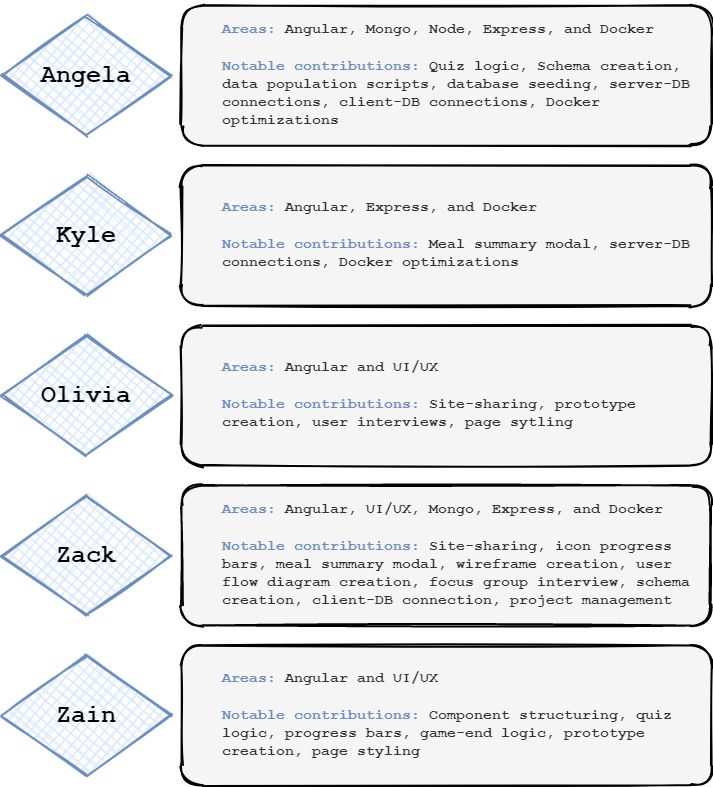
Before: SprintsAndProjectManagement/TeamRoles.png, a diagram exported from draw.io (kesteckb/COMSM-SEGP). Source tidied: cells renumbered, new cells last; positions are measured from the earlier drawing's top-left corner, leaving out a move shared by most shapes.
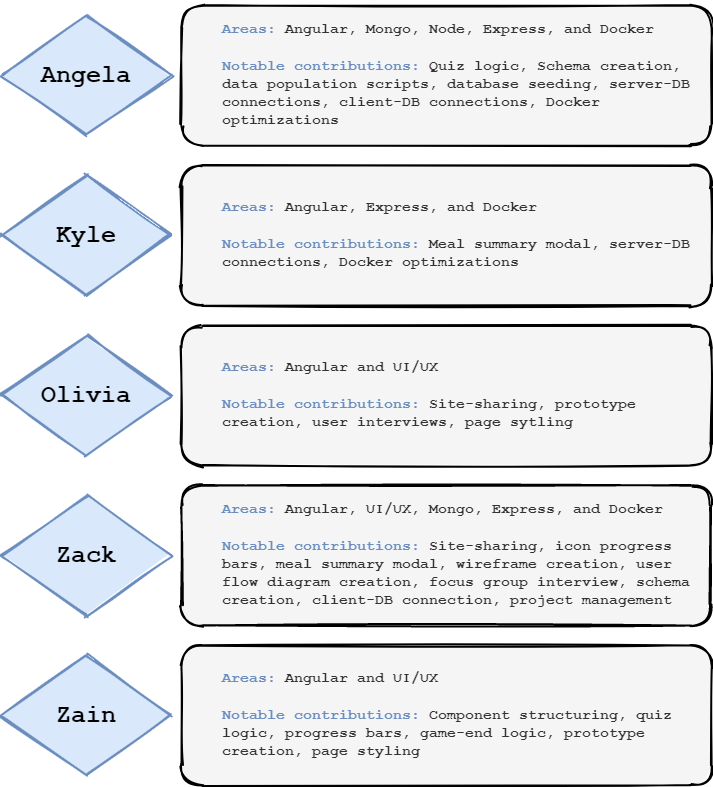
After the commit.

Change to the diagram source:
```diff
@@ -5,7 +5,7 @@
     <mxCell id="2" style="group;" parent="1" vertex="1">
       <mxGeometry width="710" height="140" as="geometry" />
     </mxCell>
-    <mxCell id="3" value="Angela" style="rhombus;whiteSpace=wrap;html=1;strokeWidth=2;fillWeight=-1;hachureGap=8;fillStyle=cross-hatch;fillColor=#dae8fc;sketch=1;strokeColor=#6c8ebf;fontFamily=Courier New;fontSize=25;fontStyle=1;" parent="2" vertex="1">
+    <mxCell id="3" value="Angela" style="rhombus;whiteSpace=wrap;html=1;strokeWidth=2;fillWeight=-1;hachureGap=8;fillStyle=solid;fillColor=#dae8fc;sketch=1;strokeColor=#6c8ebf;fontFamily=Courier New;fontSize=25;fontStyle=1;" parent="2" vertex="1">
       <mxGeometry y="10" width="170" height="120" as="geometry" />
     </mxCell>
     <mxCell id="4" value="&lt;blockquote style=&quot;margin: 0 0 0 40px ; border: none ; padding: 0px&quot;&gt;&lt;h4 style=&quot;text-align: left ; font-size: 15px&quot;&gt;&lt;span style=&quot;background-color: transparent&quot;&gt;&lt;b&gt;&lt;font color=&quot;#6c8ebf&quot;&gt;Areas:&lt;/font&gt;&lt;/b&gt; Angular, Mongo, Node, Express, and Docker&amp;nbsp;&lt;/span&gt;&lt;/h4&gt;&lt;/blockquote&gt;&lt;blockquote style=&quot;margin: 0 0 0 40px ; border: none ; padding: 0px&quot;&gt;&lt;h4 style=&quot;text-align: left ; font-size: 15px&quot;&gt;&lt;span style=&quot;background-color: transparent&quot;&gt;&lt;b&gt;&lt;font color=&quot;#6c8ebf&quot;&gt;Notable contributions:&lt;/font&gt;&lt;/b&gt; Quiz logic, S&lt;/span&gt;&lt;span id=&quot;docs-internal-guid-f27823e3-7fff-ded0-3d35-f19b5ccfe4a0&quot; style=&quot;background-color: transparent&quot;&gt;&lt;span style=&quot;background-color: transparent ; vertical-align: baseline&quot;&gt;chema creation, data population scripts, database seeding,&amp;nbsp;&lt;/span&gt;&lt;/span&gt;&lt;span id=&quot;docs-internal-guid-c085d38c-7fff-3500-46eb-7625acbe48f7&quot; style=&quot;background-color: transparent&quot;&gt;&lt;span style=&quot;background-color: transparent ; vertical-align: baseline&quot;&gt;server-DB connections, client-DB&amp;nbsp;&lt;/span&gt;&lt;/span&gt;&lt;span id=&quot;docs-internal-guid-3888b3c0-7fff-6b13-a031-0857b978a1e6&quot; style=&quot;background-color: transparent&quot;&gt;&lt;span style=&quot;background-color: transparent ; vertical-align: baseline&quot;&gt;connections, Docker optimizations&lt;/span&gt;&lt;/span&gt;&lt;/h4&gt;&lt;/blockquote&gt;" style="rounded=1;whiteSpace=wrap;html=1;strokeWidth=2;fillWeight=4;hachureGap=8;hachureAngle=45;sketch=1;fontFamily=Courier New;fontSize=25;fillStyle=solid;fillColor=#f5f5f5;fontColor=#333333;" parent="2" vertex="1">
@@ -14,7 +14,7 @@
     <mxCell id="5" style="group;" parent="1" vertex="1">
       <mxGeometry y="160" width="710" height="140" as="geometry" />
     </mxCell>
-    <mxCell id="6" value="Kyle" style="rhombus;whiteSpace=wrap;html=1;strokeWidth=2;fillWeight=-1;hachureGap=8;fillStyle=cross-hatch;fillColor=#dae8fc;sketch=1;strokeColor=#6c8ebf;fontFamily=Courier New;fontSize=25;fontStyle=1;" parent="5" vertex="1">
+    <mxCell id="6" value="Kyle" style="rhombus;whiteSpace=wrap;html=1;strokeWidth=2;fillWeight=-1;hachureGap=8;fillStyle=solid;fillColor=#dae8fc;sketch=1;strokeColor=#6c8ebf;fontFamily=Courier New;fontSize=25;fontStyle=1;" parent="5" vertex="1">
       <mxGeometry y="10" width="170" height="120" as="geometry" />
     </mxCell>
     <mxCell id="7" value="&lt;blockquote style=&quot;margin: 0 0 0 40px ; border: none ; padding: 0px&quot;&gt;&lt;h4 style=&quot;text-align: left ; font-size: 15px&quot;&gt;&lt;span style=&quot;background-color: transparent&quot;&gt;&lt;b&gt;&lt;font color=&quot;#6c8ebf&quot;&gt;Areas:&lt;/font&gt;&lt;/b&gt; Angular, Express, and Docker&amp;nbsp;&lt;/span&gt;&lt;/h4&gt;&lt;/blockquote&gt;&lt;blockquote style=&quot;margin: 0 0 0 40px ; border: none ; padding: 0px&quot;&gt;&lt;h4 style=&quot;text-align: left ; font-size: 15px&quot;&gt;&lt;span style=&quot;background-color: transparent&quot;&gt;&lt;b&gt;&lt;font color=&quot;#6c8ebf&quot;&gt;Notable contributions:&lt;/font&gt;&lt;/b&gt;&amp;nbsp;Meal summary modal, server-DB connections&lt;/span&gt;&lt;span id=&quot;docs-internal-guid-f27823e3-7fff-ded0-3d35-f19b5ccfe4a0&quot; style=&quot;background-color: transparent&quot;&gt;&lt;span style=&quot;background-color: transparent ; vertical-align: baseline&quot;&gt;,&lt;/span&gt;&lt;/span&gt;&lt;span id=&quot;docs-internal-guid-3888b3c0-7fff-6b13-a031-0857b978a1e6&quot; style=&quot;background-color: transparent&quot;&gt;&lt;span style=&quot;background-color: transparent ; vertical-align: baseline&quot;&gt;&amp;nbsp;Docker optimizations&lt;/span&gt;&lt;/span&gt;&lt;/h4&gt;&lt;/blockquote&gt;" style="rounded=1;whiteSpace=wrap;html=1;strokeWidth=2;fillWeight=4;hachureGap=8;hachureAngle=45;sketch=1;fontFamily=Courier New;fontSize=25;fillStyle=solid;fillColor=#f5f5f5;fontColor=#333333;" parent="5" vertex="1">
@@ -23,7 +23,7 @@
     <mxCell id="8" style="group;" parent="1" vertex="1">
       <mxGeometry y="320" width="710" height="140" as="geometry" />
     </mxCell>
-    <mxCell id="9" value="Olivia" style="rhombus;whiteSpace=wrap;html=1;strokeWidth=2;fillWeight=-1;hachureGap=8;fillStyle=cross-hatch;fillColor=#dae8fc;sketch=1;strokeColor=#6c8ebf;fontFamily=Courier New;fontSize=25;fontStyle=1;" parent="8" vertex="1">
+    <mxCell id="9" value="Olivia" style="rhombus;whiteSpace=wrap;html=1;strokeWidth=2;fillWeight=-1;hachureGap=8;fillStyle=solid;fillColor=#dae8fc;sketch=1;strokeColor=#6c8ebf;fontFamily=Courier New;fontSize=25;fontStyle=1;" parent="8" vertex="1">
       <mxGeometry y="10" width="170" height="120" as="geometry" />
     </mxCell>
     <mxCell id="10" value="&lt;blockquote style=&quot;margin: 0 0 0 40px ; border: none ; padding: 0px&quot;&gt;&lt;h4 style=&quot;text-align: left ; font-size: 15px&quot;&gt;&lt;span style=&quot;background-color: transparent&quot;&gt;&lt;b&gt;&lt;font color=&quot;#6c8ebf&quot;&gt;Areas:&lt;/font&gt;&lt;/b&gt; Angular and UI/UX&amp;nbsp;&lt;/span&gt;&lt;/h4&gt;&lt;/blockquote&gt;&lt;blockquote style=&quot;margin: 0 0 0 40px ; border: none ; padding: 0px&quot;&gt;&lt;h4 style=&quot;text-align: left ; font-size: 15px&quot;&gt;&lt;span style=&quot;background-color: transparent&quot;&gt;&lt;b&gt;&lt;font color=&quot;#6c8ebf&quot;&gt;Notable contributions:&lt;/font&gt;&lt;/b&gt;&amp;nbsp;Site-sharing, prototype creation, user interviews, page sytling&lt;/span&gt;&lt;/h4&gt;&lt;/blockquote&gt;" style="rounded=1;whiteSpace=wrap;html=1;strokeWidth=2;fillWeight=4;hachureGap=8;hachureAngle=45;sketch=1;fontFamily=Courier New;fontSize=25;fillStyle=solid;fillColor=#f5f5f5;fontColor=#333333;" parent="8" vertex="1">
@@ -32,7 +32,7 @@
     <mxCell id="11" style="group;" parent="1" vertex="1">
       <mxGeometry y="480" width="710" height="140" as="geometry" />
     </mxCell>
-    <mxCell id="12" value="Zack" style="rhombus;whiteSpace=wrap;html=1;strokeWidth=2;fillWeight=-1;hachureGap=8;fillStyle=cross-hatch;fillColor=#dae8fc;sketch=1;strokeColor=#6c8ebf;fontFamily=Courier New;fontSize=25;fontStyle=1;" parent="11" vertex="1">
+    <mxCell id="12" value="Zack" style="rhombus;whiteSpace=wrap;html=1;strokeWidth=2;fillWeight=-1;hachureGap=8;fillStyle=solid;fillColor=#dae8fc;sketch=1;strokeColor=#6c8ebf;fontFamily=Courier New;fontSize=25;fontStyle=1;" parent="11" vertex="1">
       <mxGeometry y="10" width="170" height="120" as="geometry" />
     </mxCell>
     <mxCell id="13" value="&lt;blockquote style=&quot;margin: 0 0 0 40px ; border: none ; padding: 0px&quot;&gt;&lt;h4 style=&quot;text-align: left ; font-size: 15px&quot;&gt;&lt;span style=&quot;background-color: transparent&quot;&gt;&lt;b&gt;&lt;font color=&quot;#6c8ebf&quot;&gt;Areas:&lt;/font&gt;&lt;/b&gt; Angular, UI/UX, Mongo, Express, and Docker&amp;nbsp;&lt;/span&gt;&lt;/h4&gt;&lt;/blockquote&gt;&lt;blockquote style=&quot;margin: 0 0 0 40px ; border: none ; padding: 0px&quot;&gt;&lt;h4 style=&quot;text-align: left ; font-size: 15px&quot;&gt;&lt;span style=&quot;background-color: transparent&quot;&gt;&lt;b&gt;&lt;font color=&quot;#6c8ebf&quot;&gt;Notable contributions:&lt;/font&gt;&lt;/b&gt;&amp;nbsp;Site-sharing, icon progress bars, meal summary modal, wireframe creation, user flow diagram creation, focus group interview, schema creation, client-DB connection, project management&lt;/span&gt;&lt;/h4&gt;&lt;/blockquote&gt;" style="rounded=1;whiteSpace=wrap;html=1;strokeWidth=2;fillWeight=4;hachureGap=8;hachureAngle=45;sketch=1;fontFamily=Courier New;fontSize=25;fillStyle=solid;fillColor=#f5f5f5;fontColor=#333333;" parent="11" vertex="1">
@@ -41,7 +41,7 @@
     <mxCell id="14" style="group;" parent="1" vertex="1">
       <mxGeometry y="640" width="710" height="140" as="geometry" />
     </mxCell>
-    <mxCell id="15" value="Zain" style="rhombus;whiteSpace=wrap;html=1;strokeWidth=2;fillWeight=-1;hachureGap=8;fillStyle=cross-hatch;fillColor=#dae8fc;sketch=1;strokeColor=#6c8ebf;fontFamily=Courier New;fontSize=25;fontStyle=1;" parent="14" vertex="1">
+    <mxCell id="15" value="Zain" style="rhombus;whiteSpace=wrap;html=1;strokeWidth=2;fillWeight=-1;hachureGap=8;fillStyle=solid;fillColor=#dae8fc;sketch=1;strokeColor=#6c8ebf;fontFamily=Courier New;fontSize=25;fontStyle=1;" parent="14" vertex="1">
       <mxGeometry y="10" width="170" height="120" as="geometry" />
     </mxCell>
     <mxCell id="16" value="&lt;blockquote style=&quot;margin: 0 0 0 40px ; border: none ; padding: 0px&quot;&gt;&lt;h4 style=&quot;text-align: left ; font-size: 15px&quot;&gt;&lt;span style=&quot;background-color: transparent&quot;&gt;&lt;b&gt;&lt;font color=&quot;#6c8ebf&quot;&gt;Areas:&lt;/font&gt;&lt;/b&gt; Angular and UI/UX&amp;nbsp;&lt;/span&gt;&lt;/h4&gt;&lt;/blockquote&gt;&lt;blockquote style=&quot;margin: 0 0 0 40px ; border: none ; padding: 0px&quot;&gt;&lt;h4 style=&quot;text-align: left ; font-size: 15px&quot;&gt;&lt;span style=&quot;background-color: transparent&quot;&gt;&lt;b&gt;&lt;font color=&quot;#6c8ebf&quot;&gt;Notable contributions:&lt;/font&gt;&lt;/b&gt;&amp;nbsp;Component structuring, quiz logic, progress bars, game-end logic, prototype creation, page styling&lt;/span&gt;&lt;/h4&gt;&lt;/blockquote&gt;" style="rounded=1;whiteSpace=wrap;html=1;strokeWidth=2;fillWeight=4;hachureGap=8;hachureAngle=45;sketch=1;fontFamily=Courier New;fontSize=25;fillStyle=solid;fillColor=#f5f5f5;fontColor=#333333;" parent="14" vertex="1">
```
